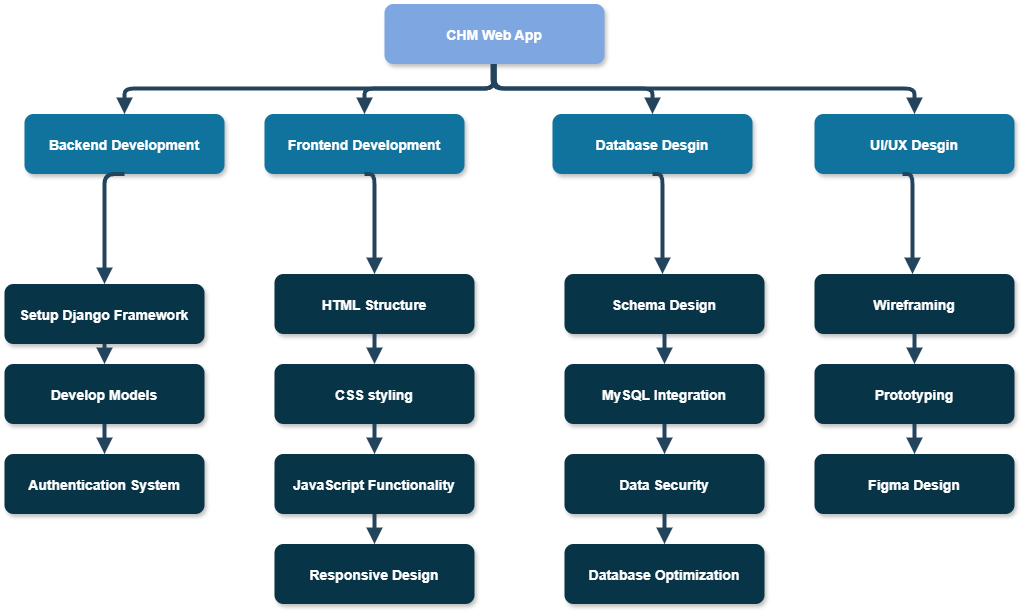
The draw.io diagram WBS.drawio.png in dikshyarai10/CHMD-, before a commit. Source tidied: cells renumbered, new cells last; positions are measured from the earlier drawing's top-left corner, leaving out a move shared by most shapes.
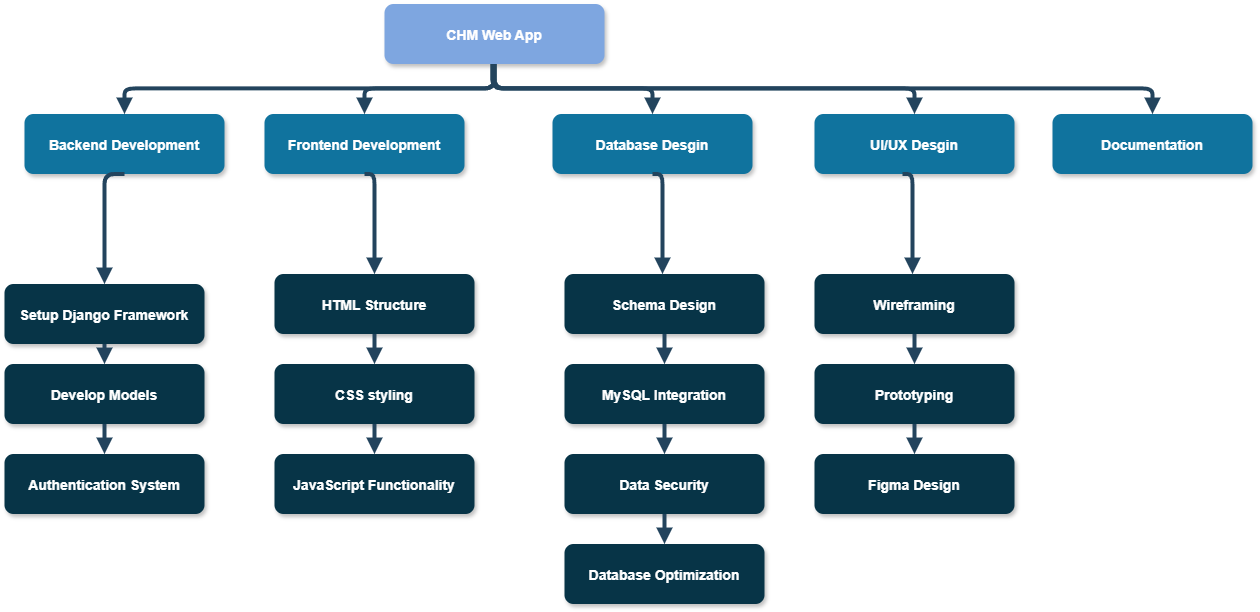
The same file after the commit.

Change to the diagram source:
```diff
@@ -32,9 +32,6 @@
     <mxCell id="11" value="JavaScript Functionality" style="rounded=1;fillColor=#073447;strokeColor=none;shadow=1;gradientColor=none;fontStyle=1;fontColor=#FFFFFF;fontSize=14;" parent="1" vertex="1">
       <mxGeometry x="270" y="449.5" width="200" height="60" as="geometry" />
     </mxCell>
-    <mxCell id="12" value="Responsive Design" style="rounded=1;fillColor=#073447;strokeColor=none;shadow=1;gradientColor=none;fontStyle=1;fontColor=#FFFFFF;fontSize=14;" parent="1" vertex="1">
-      <mxGeometry x="270" y="539.5" width="200" height="60" as="geometry" />
-    </mxCell>
     <mxCell id="13" value="Schema Design" style="rounded=1;fillColor=#073447;strokeColor=none;shadow=1;gradientColor=none;fontStyle=1;fontColor=#FFFFFF;fontSize=14;" parent="1" vertex="1">
       <mxGeometry x="560" y="269.5" width="200" height="60" as="geometry" />
     </mxCell>
@@ -81,9 +78,6 @@
     <mxCell id="26" style="edgeStyle=elbowEdgeStyle;elbow=vertical;strokeWidth=4;endArrow=block;endFill=1;fontStyle=1;strokeColor=#23445D;" parent="1" edge="1" source="10" target="11">
       <mxGeometry x="62" y="175.5" as="geometry" />
     </mxCell>
-    <mxCell id="27" style="edgeStyle=elbowEdgeStyle;elbow=vertical;strokeWidth=4;endArrow=block;endFill=1;fontStyle=1;strokeColor=#23445D;" parent="1" edge="1" source="11" target="12">
-      <mxGeometry x="62" y="185.5" as="geometry" />
-    </mxCell>
     <mxCell id="28" style="edgeStyle=elbowEdgeStyle;elbow=vertical;strokeWidth=4;endArrow=block;endFill=1;fontStyle=1;strokeColor=#23445D;" parent="1" edge="1" source="13" target="14">
       <mxGeometry x="72" y="165.5" as="geometry" />
     </mxCell>
@@ -139,5 +133,13 @@
         </Array>
       </mxGeometry>
     </mxCell>
+    <mxCell id="39" value="Documentation" style="rounded=1;fillColor=#10739E;strokeColor=none;shadow=1;gradientColor=none;fontStyle=1;fontColor=#FFFFFF;fontSize=14;" parent="1" vertex="1">
+      <mxGeometry x="1048" y="109.5" width="200" height="60" as="geometry" />
+    </mxCell>
+    <mxCell id="40" style="edgeStyle=elbowEdgeStyle;elbow=vertical;strokeWidth=4;endArrow=block;endFill=1;fontStyle=1;strokeColor=#23445D;entryX=0.5;entryY=0;entryDx=0;entryDy=0;" parent="1" edge="1" target="39">
+      <mxGeometry x="22" y="165.5" as="geometry">
+        <mxPoint x="488" y="59.5" as="sourcePoint" />
+      </mxGeometry>
+    </mxCell>
   </root>
 </mxGraphModel>
```
